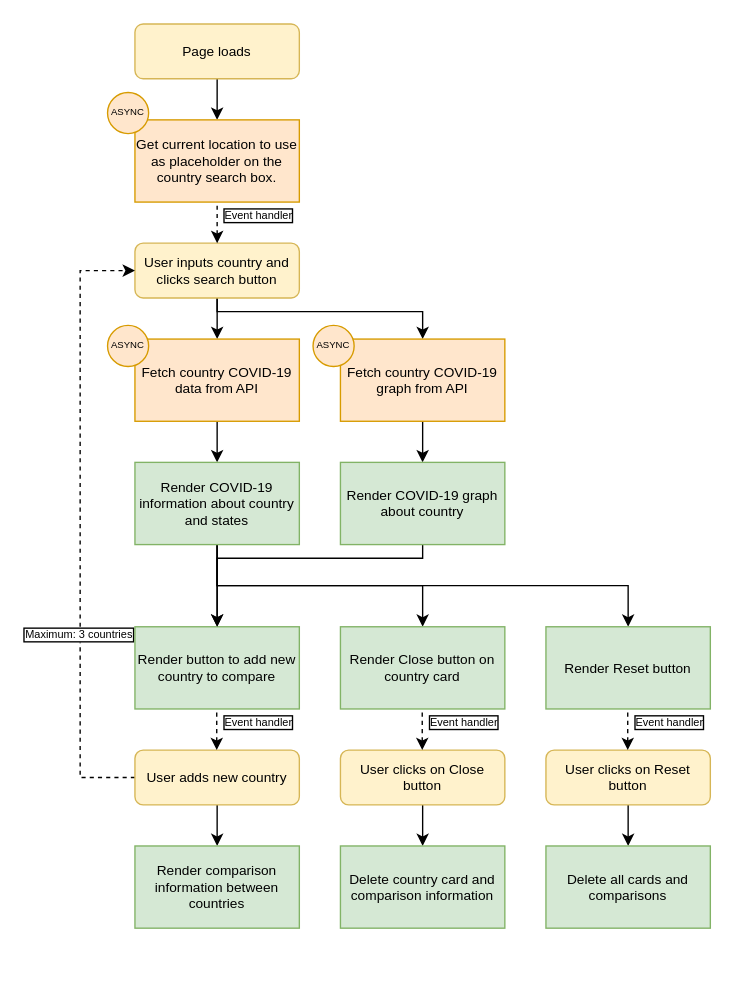
Colo-Codes/mini-projects keeps this draw.io diagram as covid-19-dashboard-app/Untitled Diagram.drawio. Above is the earlier version. Source tidied: cells renumbered, new cells numbered last; positions are measured from the earlier drawing's top-left corner, leaving out a move shared by most shapes. Both pictures are drawn from the tidied source at 137%, with x=0, y=0 at pixel (79, 23).
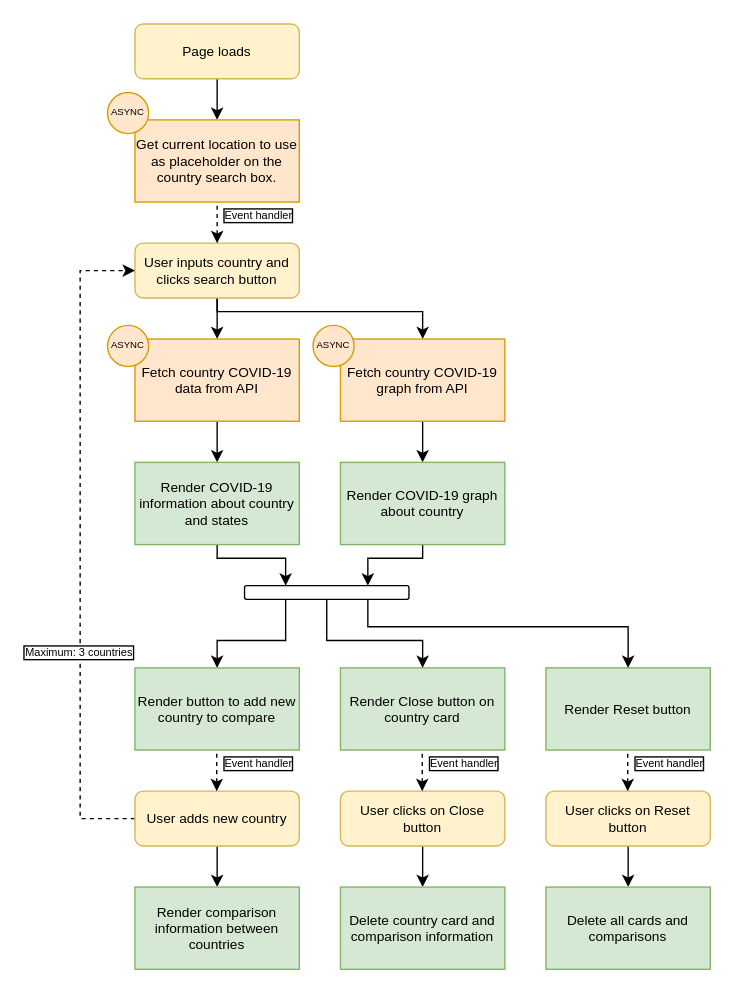
The same diagram, later.

The change refers to these unchanged cells:
```xml
<mxCell id="8" value="User inputs country and clicks search button" style="rounded=1;whiteSpace=wrap;html=1;fontSize=10;glass=0;strokeWidth=1;shadow=0;fillColor=#fff2cc;strokeColor=#d6b656;" parent="1" vertex="1">
  <mxGeometry x="40" y="160" width="120" height="40" as="geometry" />
</mxCell>
<mxCell id="16" value="&lt;span style=&quot;color: rgb(0 , 0 , 0) ; font-family: &amp;#34;helvetica&amp;#34; ; font-size: 10px ; font-style: normal ; font-weight: 400 ; letter-spacing: normal ; text-align: center ; text-indent: 0px ; text-transform: none ; word-spacing: 0px ; display: inline ; float: none&quot;&gt;Render COVID-19 information about country and states&lt;/span&gt;" style="rounded=0;whiteSpace=wrap;html=1;fontSize=7;fillColor=#d5e8d4;strokeColor=#82b366;labelBackgroundColor=none;" parent="1" vertex="1">
  <mxGeometry x="40" y="320" width="120" height="60" as="geometry" />
</mxCell>
<mxCell id="24" value="&lt;span style=&quot;color: rgb(0 , 0 , 0) ; font-family: &amp;#34;helvetica&amp;#34; ; font-size: 10px ; font-style: normal ; font-weight: 400 ; letter-spacing: normal ; text-align: center ; text-indent: 0px ; text-transform: none ; word-spacing: 0px ; display: inline ; float: none&quot;&gt;Render COVID-19 graph about country&lt;/span&gt;" style="rounded=0;whiteSpace=wrap;html=1;fontSize=7;fillColor=#d5e8d4;strokeColor=#82b366;labelBackgroundColor=none;" parent="1" vertex="1">
  <mxGeometry x="190" y="320" width="120" height="60" as="geometry" />
</mxCell>
```

Diff of the diagram source:
```diff
@@
-    <mxCell id="13" style="edgeStyle=orthogonalEdgeStyle;rounded=0;jettySize=auto;html=1;exitX=0.5;exitY=1;exitDx=0;exitDy=0;entryX=0.5;entryY=0;entryDx=0;entryDy=0;fontSize=7;startArrow=none;startFill=0;" parent="1" edge="1" source="16" target="19">
-      <mxGeometry relative="1" as="geometry" />
-    </mxCell>
-    <mxCell id="14" style="edgeStyle=orthogonalEdgeStyle;rounded=0;jettySize=auto;html=1;exitX=0.5;exitY=1;exitDx=0;exitDy=0;entryX=0.5;entryY=0;entryDx=0;entryDy=0;fontSize=8;startArrow=none;startFill=0;" parent="1" edge="1" source="16" target="25">
-      <mxGeometry relative="1" as="geometry" />
-    </mxCell>
-    <mxCell id="15" style="edgeStyle=orthogonalEdgeStyle;rounded=0;jettySize=auto;html=1;exitX=0.5;exitY=1;exitDx=0;exitDy=0;fontSize=8;startArrow=none;startFill=0;" parent="1" edge="1" source="16" target="26">
-      <mxGeometry relative="1" as="geometry" />
-    </mxCell>
+    <mxCell id="39" style="edgeStyle=orthogonalEdgeStyle;rounded=0;jettySize=auto;html=1;exitX=0.5;exitY=1;exitDx=0;exitDy=0;entryX=0.25;entryY=0;entryDx=0;entryDy=0;fontSize=8;startArrow=none;startFill=0;endArrow=classic;endFill=1;" parent="1" edge="1" source="16" target="44">
+      <mxGeometry relative="1" as="geometry">
+        <Array as="points">
+          <mxPoint x="100" y="390" />
+          <mxPoint x="150" y="390" />
+        </Array>
+      </mxGeometry>
+    </mxCell>
@@
     <mxCell id="17" style="edgeStyle=orthogonalEdgeStyle;rounded=0;jettySize=auto;html=1;exitX=0;exitY=0.5;exitDx=0;exitDy=0;entryX=0;entryY=0.5;entryDx=0;entryDy=0;fontSize=7;startArrow=none;startFill=0;dashed=1;" parent="1" edge="1" source="28" target="8">
       <mxGeometry relative="1" as="geometry">
         <Array as="points">
-          <mxPoint y="550" />
+          <mxPoint y="580" />
           <mxPoint y="180" />
         </Array>
       </mxGeometry>
     </mxCell>
@@
     <mxCell id="19" value="&lt;span style=&quot;color: rgb(0 , 0 , 0) ; font-family: &amp;#34;helvetica&amp;#34; ; font-size: 10px ; font-style: normal ; font-weight: 400 ; letter-spacing: normal ; text-align: center ; text-indent: 0px ; text-transform: none ; word-spacing: 0px ; display: inline ; float: none&quot;&gt;Render button to add new country to compare&lt;/span&gt;" style="rounded=0;whiteSpace=wrap;html=1;fontSize=7;fillColor=#d5e8d4;strokeColor=#82b366;labelBackgroundColor=none;" parent="1" vertex="1">
-      <mxGeometry x="40" y="440" width="120" height="60" as="geometry" />
+      <mxGeometry x="40" y="470" width="120" height="60" as="geometry" />
     </mxCell>
@@
-    <mxCell id="23" style="edgeStyle=orthogonalEdgeStyle;rounded=0;jettySize=auto;html=1;exitX=0.5;exitY=1;exitDx=0;exitDy=0;fontSize=7;startArrow=none;startFill=0;" parent="1" edge="1" source="24" target="19">
-      <mxGeometry relative="1" as="geometry">
-        <Array as="points">
-          <mxPoint x="250" y="390" />
-          <mxPoint x="100" y="390" />
-        </Array>
-      </mxGeometry>
-    </mxCell>
+    <mxCell id="40" style="edgeStyle=orthogonalEdgeStyle;rounded=0;jettySize=auto;html=1;exitX=0.5;exitY=1;exitDx=0;exitDy=0;entryX=0.75;entryY=0;entryDx=0;entryDy=0;fontSize=8;startArrow=none;startFill=0;endArrow=classic;endFill=1;" parent="1" edge="1" source="24" target="44">
+      <mxGeometry relative="1" as="geometry">
+        <Array as="points">
+          <mxPoint x="250" y="390" />
+          <mxPoint x="210" y="390" />
+        </Array>
+      </mxGeometry>
+    </mxCell>
@@
     <mxCell id="25" value="&lt;span style=&quot;color: rgb(0 , 0 , 0) ; font-family: &amp;#34;helvetica&amp;#34; ; font-size: 10px ; font-style: normal ; font-weight: 400 ; letter-spacing: normal ; text-align: center ; text-indent: 0px ; text-transform: none ; word-spacing: 0px ; display: inline ; float: none&quot;&gt;Render Close button on country card&lt;/span&gt;" style="rounded=0;whiteSpace=wrap;html=1;fontSize=7;fillColor=#d5e8d4;strokeColor=#82b366;labelBackgroundColor=none;" parent="1" vertex="1">
-      <mxGeometry x="190" y="440" width="120" height="60" as="geometry" />
+      <mxGeometry x="190" y="470" width="120" height="60" as="geometry" />
     </mxCell>
     <mxCell id="26" value="&lt;span style=&quot;color: rgb(0 , 0 , 0) ; font-family: &amp;#34;helvetica&amp;#34; ; font-size: 10px ; font-style: normal ; font-weight: 400 ; letter-spacing: normal ; text-align: center ; text-indent: 0px ; text-transform: none ; word-spacing: 0px ; display: inline ; float: none&quot;&gt;Render Reset button&lt;/span&gt;" style="rounded=0;whiteSpace=wrap;html=1;fontSize=7;fillColor=#d5e8d4;strokeColor=#82b366;labelBackgroundColor=none;" parent="1" vertex="1">
-      <mxGeometry x="340" y="440" width="120" height="60" as="geometry" />
+      <mxGeometry x="340" y="470" width="120" height="60" as="geometry" />
     </mxCell>
@@
     <mxCell id="28" value="User adds new country" style="rounded=1;whiteSpace=wrap;html=1;fontSize=10;glass=0;strokeWidth=1;shadow=0;fillColor=#fff2cc;strokeColor=#d6b656;" parent="1" vertex="1">
-      <mxGeometry x="40" y="530" width="120" height="40" as="geometry" />
+      <mxGeometry x="40" y="560" width="120" height="40" as="geometry" />
     </mxCell>
     <mxCell id="29" value="Event handler" style="endArrow=none;dashed=1;html=1;fontSize=8;exitX=0.5;exitY=0;exitDx=0;exitDy=0;entryX=0.5;entryY=1;entryDx=0;entryDy=0;startArrow=classic;startFill=1;labelBorderColor=#000000;" parent="1" edge="1">
       <mxGeometry x="0.33" y="-30" relative="1" as="geometry">
-        <mxPoint x="99.7" y="530" as="sourcePoint" />
-        <mxPoint x="99.7" y="500" as="targetPoint" />
+        <mxPoint x="99.7" y="560" as="sourcePoint" />
+        <mxPoint x="99.7" y="530" as="targetPoint" />
       </mxGeometry>
     </mxCell>
     <mxCell id="30" value="&lt;span style=&quot;color: rgb(0 , 0 , 0) ; font-family: &amp;#34;helvetica&amp;#34; ; font-size: 10px ; font-style: normal ; font-weight: 400 ; letter-spacing: normal ; text-align: center ; text-indent: 0px ; text-transform: none ; word-spacing: 0px ; display: inline ; float: none&quot;&gt;Render comparison information between countries&lt;/span&gt;" style="rounded=0;whiteSpace=wrap;html=1;fontSize=7;fillColor=#d5e8d4;strokeColor=#82b366;labelBackgroundColor=none;" parent="1" vertex="1">
-      <mxGeometry x="40" y="600" width="120" height="60" as="geometry" />
+      <mxGeometry x="40" y="630" width="120" height="60" as="geometry" />
     </mxCell>
@@
     <mxCell id="32" value="User clicks on Close button" style="rounded=1;whiteSpace=wrap;html=1;fontSize=10;glass=0;strokeWidth=1;shadow=0;fillColor=#fff2cc;strokeColor=#d6b656;" parent="1" vertex="1">
-      <mxGeometry x="190" y="530" width="120" height="40" as="geometry" />
+      <mxGeometry x="190" y="560" width="120" height="40" as="geometry" />
     </mxCell>
     <mxCell id="33" value="&lt;span style=&quot;color: rgb(0 , 0 , 0) ; font-family: &amp;#34;helvetica&amp;#34; ; font-size: 10px ; font-style: normal ; font-weight: 400 ; letter-spacing: normal ; text-align: center ; text-indent: 0px ; text-transform: none ; word-spacing: 0px ; display: inline ; float: none&quot;&gt;Delete country card and comparison information&lt;/span&gt;" style="rounded=0;whiteSpace=wrap;html=1;fontSize=7;fillColor=#d5e8d4;strokeColor=#82b366;labelBackgroundColor=none;" parent="1" vertex="1">
-      <mxGeometry x="190" y="600" width="120" height="60" as="geometry" />
+      <mxGeometry x="190" y="630" width="120" height="60" as="geometry" />
     </mxCell>
@@
     <mxCell id="35" value="User clicks on Reset button" style="rounded=1;whiteSpace=wrap;html=1;fontSize=10;glass=0;strokeWidth=1;shadow=0;fillColor=#fff2cc;strokeColor=#d6b656;" parent="1" vertex="1">
-      <mxGeometry x="340" y="530" width="120" height="40" as="geometry" />
+      <mxGeometry x="340" y="560" width="120" height="40" as="geometry" />
     </mxCell>
     <mxCell id="36" value="&lt;span style=&quot;color: rgb(0 , 0 , 0) ; font-family: &amp;#34;helvetica&amp;#34; ; font-size: 10px ; font-style: normal ; font-weight: 400 ; letter-spacing: normal ; text-align: center ; text-indent: 0px ; text-transform: none ; word-spacing: 0px ; display: inline ; float: none&quot;&gt;Delete all cards and comparisons&lt;/span&gt;" style="rounded=0;whiteSpace=wrap;html=1;fontSize=7;fillColor=#d5e8d4;strokeColor=#82b366;labelBackgroundColor=none;" parent="1" vertex="1">
-      <mxGeometry x="340" y="600" width="120" height="60" as="geometry" />
+      <mxGeometry x="340" y="630" width="120" height="60" as="geometry" />
     </mxCell>
     <mxCell id="37" value="Event handler" style="endArrow=none;dashed=1;html=1;fontSize=8;exitX=0.5;exitY=0;exitDx=0;exitDy=0;entryX=0.5;entryY=1;entryDx=0;entryDy=0;startArrow=classic;startFill=1;labelBorderColor=#000000;" parent="1" edge="1">
       <mxGeometry x="0.33" y="-30" relative="1" as="geometry">
-        <mxPoint x="249.7" y="530" as="sourcePoint" />
-        <mxPoint x="249.7" y="500" as="targetPoint" />
+        <mxPoint x="249.7" y="560" as="sourcePoint" />
+        <mxPoint x="249.7" y="530" as="targetPoint" />
       </mxGeometry>
     </mxCell>
     <mxCell id="38" value="Event handler" style="endArrow=none;dashed=1;html=1;fontSize=8;exitX=0.5;exitY=0;exitDx=0;exitDy=0;entryX=0.5;entryY=1;entryDx=0;entryDy=0;startArrow=classic;startFill=1;labelBorderColor=#000000;" parent="1" edge="1">
       <mxGeometry x="0.33" y="-30" relative="1" as="geometry">
-        <mxPoint x="399.7" y="530" as="sourcePoint" />
-        <mxPoint x="399.7" y="500" as="targetPoint" />
+        <mxPoint x="399.7" y="560" as="sourcePoint" />
+        <mxPoint x="399.7" y="530" as="targetPoint" />
       </mxGeometry>
     </mxCell>
+    <mxCell id="41" style="edgeStyle=orthogonalEdgeStyle;rounded=0;jettySize=auto;html=1;exitX=0.25;exitY=1;exitDx=0;exitDy=0;entryX=0.5;entryY=0;entryDx=0;entryDy=0;fontSize=8;startArrow=none;startFill=0;endArrow=classic;endFill=1;" parent="1" edge="1" source="44" target="19">
+      <mxGeometry relative="1" as="geometry">
+        <Array as="points">
+          <mxPoint x="150" y="450" />
+          <mxPoint x="100" y="450" />
+        </Array>
+      </mxGeometry>
+    </mxCell>
+    <mxCell id="42" style="edgeStyle=orthogonalEdgeStyle;rounded=0;jettySize=auto;html=1;exitX=0.5;exitY=1;exitDx=0;exitDy=0;fontSize=8;startArrow=none;startFill=0;endArrow=classic;endFill=1;" parent="1" edge="1" source="44" target="25">
+      <mxGeometry relative="1" as="geometry">
+        <Array as="points">
+          <mxPoint x="180" y="450" />
+          <mxPoint x="250" y="450" />
+        </Array>
+      </mxGeometry>
+    </mxCell>
+    <mxCell id="43" style="edgeStyle=orthogonalEdgeStyle;rounded=0;jettySize=auto;html=1;exitX=0.75;exitY=1;exitDx=0;exitDy=0;fontSize=8;startArrow=none;startFill=0;endArrow=classic;endFill=1;" parent="1" edge="1" source="44" target="26">
+      <mxGeometry relative="1" as="geometry">
+        <Array as="points">
+          <mxPoint x="210" y="440" />
+          <mxPoint x="400" y="440" />
+        </Array>
+      </mxGeometry>
+    </mxCell>
+    <mxCell id="44" style="rounded=1;whiteSpace=wrap;html=1;labelBackgroundColor=#ffffff;fontSize=8;" parent="1" vertex="1">
+      <mxGeometry x="120" y="410" width="120" height="10" as="geometry" />
+    </mxCell>
```
